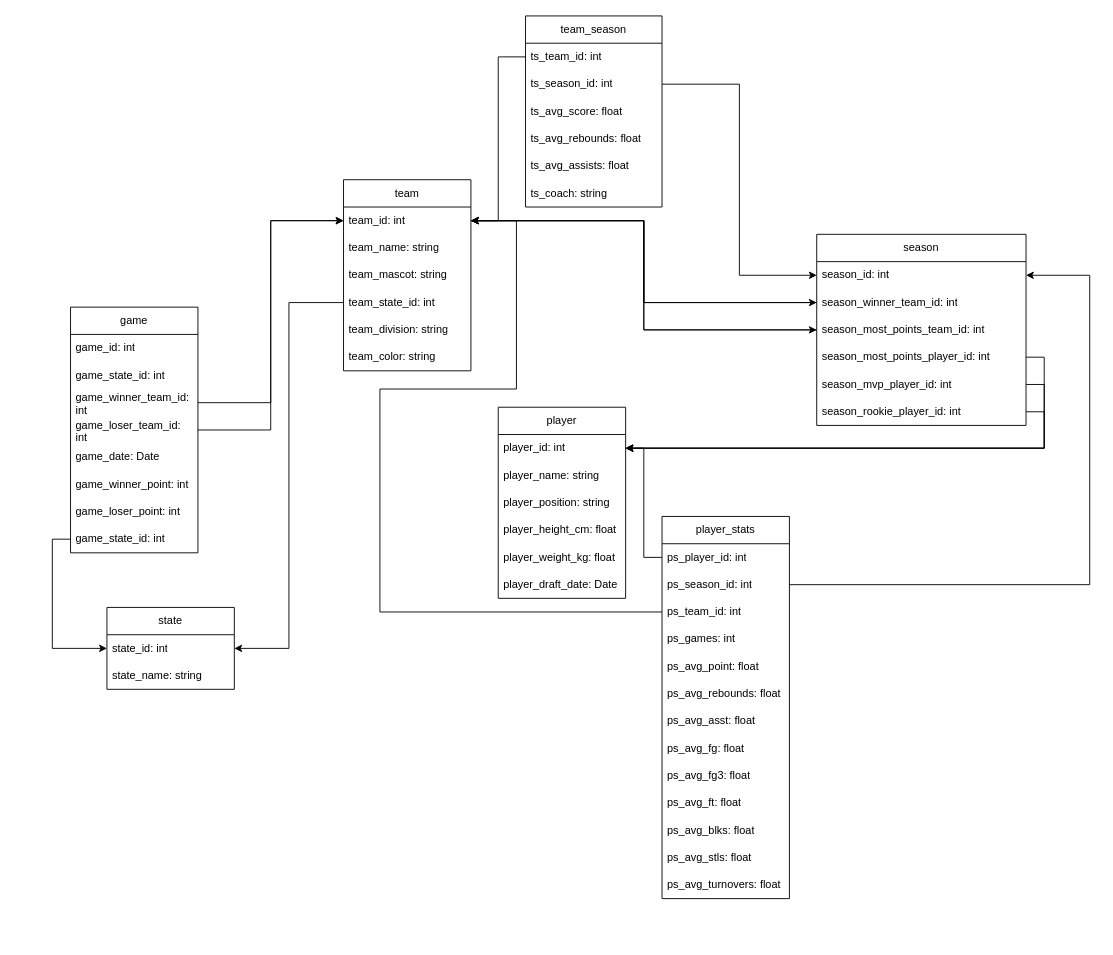
Before: er_diagram.drawio in Fin-NewWin/cse111-project, a draw.io diagram. Source tidied: cells renumbered, new cells numbered last; positions are measured from the earlier drawing's top-left corner, leaving out a move shared by most shapes. Both pictures are drawn from the tidied source at 91%, with x=0, y=0 at pixel (70, 15).
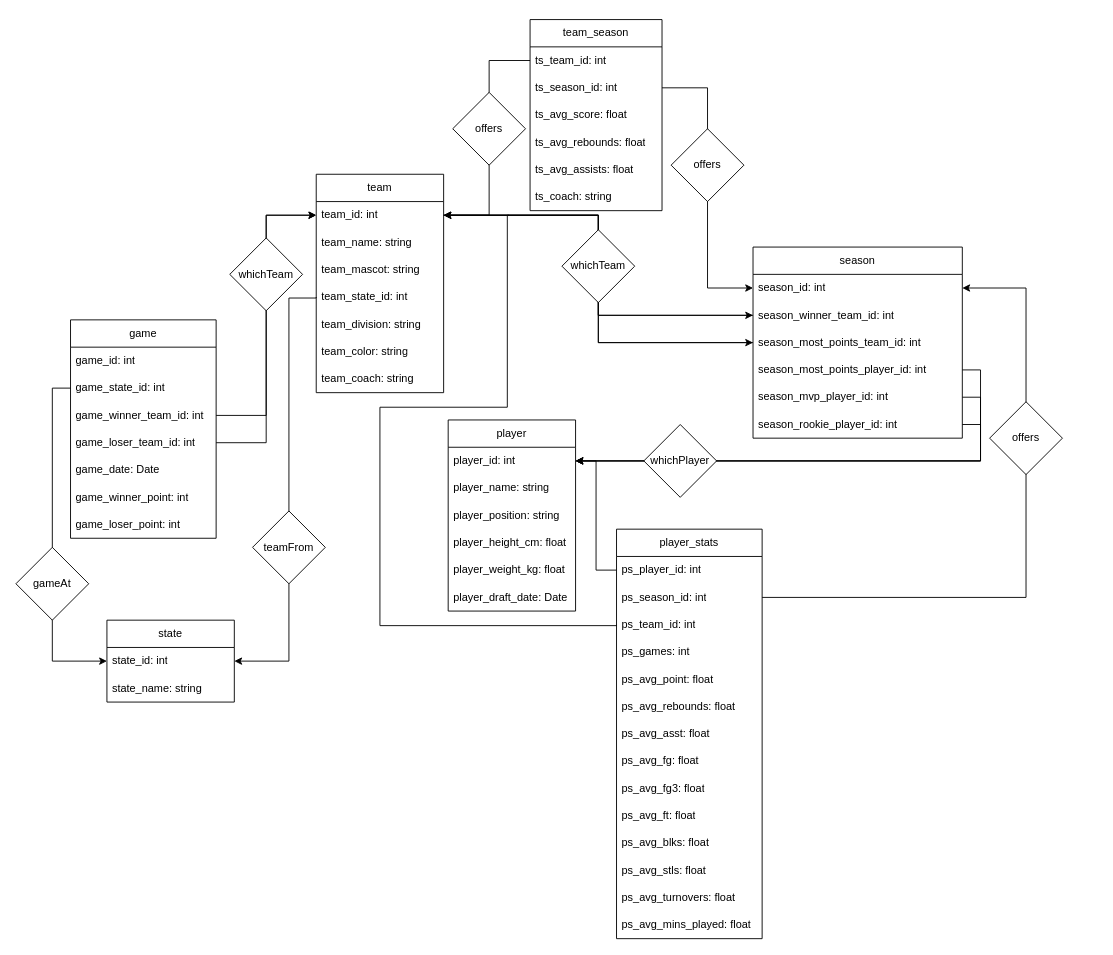
The same diagram, later.

The change refers to these unchanged cells:
```xml
<mxCell id="3" value="team_id: int" style="text;strokeColor=none;fillColor=none;align=left;verticalAlign=middle;spacingLeft=4;spacingRight=4;overflow=hidden;points=[[0,0.5],[1,0.5]];portConstraint=eastwest;whiteSpace=wrap;html=1;" parent="2" vertex="1">
  <mxGeometry y="30" width="140" height="30" as="geometry" />
</mxCell>
<mxCell id="6" value="team_state_id: int" style="text;strokeColor=none;fillColor=none;align=left;verticalAlign=middle;spacingLeft=4;spacingRight=4;overflow=hidden;points=[[0,0.5],[1,0.5]];portConstraint=eastwest;whiteSpace=wrap;html=1;" parent="2" vertex="1">
  <mxGeometry y="120" width="140" height="30" as="geometry" />
</mxCell>
<mxCell id="42" value="season_id: int" style="text;strokeColor=none;fillColor=none;align=left;verticalAlign=middle;spacingLeft=4;spacingRight=4;overflow=hidden;points=[[0,0.5],[1,0.5]];portConstraint=eastwest;whiteSpace=wrap;html=1;" parent="41" vertex="1">
  <mxGeometry y="30" width="230" height="30" as="geometry" />
</mxCell>
<mxCell id="50" value="state_id: int" style="text;strokeColor=none;fillColor=none;align=left;verticalAlign=middle;spacingLeft=4;spacingRight=4;overflow=hidden;points=[[0,0.5],[1,0.5]];portConstraint=eastwest;whiteSpace=wrap;html=1;" parent="49" vertex="1">
  <mxGeometry y="30" width="140" height="30" as="geometry" />
</mxCell>
```

Diff of the diagram source:
```diff
@@
     <mxCell id="2" value="team" style="swimlane;fontStyle=0;horizontal=1;startSize=30;whiteSpace=wrap;html=1;" parent="1" vertex="1">
-      <mxGeometry x="300" y="180" width="140" height="210" as="geometry" />
+      <mxGeometry x="270" y="174" width="140" height="240" as="geometry" />
     </mxCell>
@@
+    <mxCell id="72" value="team_coach: string" style="text;strokeColor=none;fillColor=none;align=left;verticalAlign=middle;spacingLeft=4;spacingRight=4;overflow=hidden;whiteSpace=wrap;html=1;" parent="2" vertex="1">
+      <mxGeometry y="210" width="140" height="30" as="geometry" />
+    </mxCell>
     <mxCell id="9" value="player" style="swimlane;fontStyle=0;horizontal=1;startSize=30;whiteSpace=wrap;html=1;" parent="1" vertex="1">
-      <mxGeometry x="470" y="430" width="140" height="210" as="geometry" />
+      <mxGeometry x="415" y="444" width="140" height="210" as="geometry" />
     </mxCell>
@@
     <mxCell id="16" value="game" style="swimlane;fontStyle=0;horizontal=1;startSize=30;whiteSpace=wrap;html=1;" parent="1" vertex="1">
-      <mxGeometry y="320" width="140" height="270" as="geometry" />
+      <mxGeometry y="334" width="160" height="240" as="geometry" />
     </mxCell>
     <mxCell id="17" value="game_id: int" style="text;strokeColor=none;fillColor=none;align=left;verticalAlign=middle;spacingLeft=4;spacingRight=4;overflow=hidden;whiteSpace=wrap;html=1;" parent="16" vertex="1">
-      <mxGeometry y="30" width="140" height="30" as="geometry" />
+      <mxGeometry y="30" width="160" height="30" as="geometry" />
     </mxCell>
     <mxCell id="18" value="game_state_id: int" style="text;strokeColor=none;fillColor=none;align=left;verticalAlign=middle;spacingLeft=4;spacingRight=4;overflow=hidden;points=[[0,0.5],[1,0.5]];portConstraint=eastwest;whiteSpace=wrap;html=1;" parent="16" vertex="1">
-      <mxGeometry y="60" width="140" height="30" as="geometry" />
+      <mxGeometry y="60" width="160" height="30" as="geometry" />
     </mxCell>
     <mxCell id="19" value="game_winner_team_id: int" style="text;strokeColor=none;fillColor=none;align=left;verticalAlign=middle;spacingLeft=4;spacingRight=4;overflow=hidden;points=[[0,0.5],[1,0.5]];portConstraint=eastwest;whiteSpace=wrap;html=1;" parent="16" vertex="1">
-      <mxGeometry y="90" width="140" height="30" as="geometry" />
+      <mxGeometry y="90" width="160" height="30" as="geometry" />
     </mxCell>
     <mxCell id="20" value="game_loser_team_id: int" style="text;strokeColor=none;fillColor=none;align=left;verticalAlign=middle;spacingLeft=4;spacingRight=4;overflow=hidden;points=[[0,0.5],[1,0.5]];portConstraint=eastwest;whiteSpace=wrap;html=1;" parent="16" vertex="1">
-      <mxGeometry y="120" width="140" height="30" as="geometry" />
+      <mxGeometry y="120" width="160" height="30" as="geometry" />
     </mxCell>
     <mxCell id="21" value="game_date: Date" style="text;strokeColor=none;fillColor=none;align=left;verticalAlign=middle;spacingLeft=4;spacingRight=4;overflow=hidden;whiteSpace=wrap;html=1;" parent="16" vertex="1">
-      <mxGeometry y="150" width="140" height="30" as="geometry" />
+      <mxGeometry y="150" width="160" height="30" as="geometry" />
     </mxCell>
     <mxCell id="22" value="game_winner_point: int" style="text;strokeColor=none;fillColor=none;align=left;verticalAlign=middle;spacingLeft=4;spacingRight=4;overflow=hidden;whiteSpace=wrap;html=1;" parent="16" vertex="1">
-      <mxGeometry y="180" width="140" height="30" as="geometry" />
+      <mxGeometry y="180" width="160" height="30" as="geometry" />
     </mxCell>
     <mxCell id="23" value="game_loser_point: int" style="text;strokeColor=none;fillColor=none;align=left;verticalAlign=middle;spacingLeft=4;spacingRight=4;overflow=hidden;whiteSpace=wrap;html=1;" parent="16" vertex="1">
-      <mxGeometry y="210" width="140" height="30" as="geometry" />
+      <mxGeometry y="210" width="160" height="30" as="geometry" />
     </mxCell>
-    <mxCell id="24" value="game_state_id: int" style="text;strokeColor=none;fillColor=none;align=left;verticalAlign=middle;spacingLeft=4;spacingRight=4;overflow=hidden;points=[[0,0.5],[1,0.5]];portConstraint=eastwest;whiteSpace=wrap;html=1;" parent="16" vertex="1">
-      <mxGeometry y="240" width="140" height="30" as="geometry" />
-    </mxCell>
@@
     <mxCell id="27" value="player_stats" style="swimlane;fontStyle=0;horizontal=1;startSize=30;whiteSpace=wrap;html=1;" parent="1" vertex="1">
-      <mxGeometry x="650" y="550" width="140" height="420" as="geometry" />
+      <mxGeometry x="600" y="564" width="160" height="450" as="geometry" />
     </mxCell>
     <mxCell id="28" value="ps_player_id: int" style="text;strokeColor=none;fillColor=none;align=left;verticalAlign=middle;spacingLeft=4;spacingRight=4;overflow=hidden;points=[[0,0.5],[1,0.5]];portConstraint=eastwest;whiteSpace=wrap;html=1;" parent="27" vertex="1">
-      <mxGeometry y="30" width="140" height="30" as="geometry" />
+      <mxGeometry y="30" width="160" height="30" as="geometry" />
     </mxCell>
     <mxCell id="29" value="ps_season_id: int" style="text;strokeColor=none;fillColor=none;align=left;verticalAlign=middle;spacingLeft=4;spacingRight=4;overflow=hidden;points=[[0,0.5],[1,0.5]];portConstraint=eastwest;whiteSpace=wrap;html=1;" parent="27" vertex="1">
-      <mxGeometry y="60" width="140" height="30" as="geometry" />
+      <mxGeometry y="60" width="160" height="30" as="geometry" />
     </mxCell>
     <mxCell id="30" value="ps_team_id: int" style="text;strokeColor=none;fillColor=none;align=left;verticalAlign=middle;spacingLeft=4;spacingRight=4;overflow=hidden;points=[[0,0.5],[1,0.5]];portConstraint=eastwest;whiteSpace=wrap;html=1;" parent="27" vertex="1">
-      <mxGeometry y="90" width="140" height="30" as="geometry" />
+      <mxGeometry y="90" width="160" height="30" as="geometry" />
     </mxCell>
     <mxCell id="31" value="ps_games: int" style="text;strokeColor=none;fillColor=none;align=left;verticalAlign=middle;spacingLeft=4;spacingRight=4;overflow=hidden;whiteSpace=wrap;html=1;" parent="27" vertex="1">
-      <mxGeometry y="120" width="140" height="30" as="geometry" />
+      <mxGeometry y="120" width="160" height="30" as="geometry" />
     </mxCell>
     <mxCell id="32" value="ps_avg_point: float" style="text;strokeColor=none;fillColor=none;align=left;verticalAlign=middle;spacingLeft=4;spacingRight=4;overflow=hidden;whiteSpace=wrap;html=1;" parent="27" vertex="1">
-      <mxGeometry y="150" width="140" height="30" as="geometry" />
+      <mxGeometry y="150" width="160" height="30" as="geometry" />
     </mxCell>
     <mxCell id="33" value="ps_avg_rebounds: float" style="text;strokeColor=none;fillColor=none;align=left;verticalAlign=middle;spacingLeft=4;spacingRight=4;overflow=hidden;whiteSpace=wrap;html=1;" parent="27" vertex="1">
-      <mxGeometry y="180" width="140" height="30" as="geometry" />
+      <mxGeometry y="180" width="160" height="30" as="geometry" />
     </mxCell>
     <mxCell id="34" value="ps_avg_asst: float" style="text;strokeColor=none;fillColor=none;align=left;verticalAlign=middle;spacingLeft=4;spacingRight=4;overflow=hidden;whiteSpace=wrap;html=1;" parent="27" vertex="1">
-      <mxGeometry y="210" width="140" height="30" as="geometry" />
+      <mxGeometry y="210" width="160" height="30" as="geometry" />
     </mxCell>
     <mxCell id="35" value="ps_avg_fg: float" style="text;strokeColor=none;fillColor=none;align=left;verticalAlign=middle;spacingLeft=4;spacingRight=4;overflow=hidden;whiteSpace=wrap;html=1;" parent="27" vertex="1">
-      <mxGeometry y="240" width="140" height="30" as="geometry" />
+      <mxGeometry y="240" width="160" height="30" as="geometry" />
     </mxCell>
     <mxCell id="36" value="ps_avg_fg3: float" style="text;strokeColor=none;fillColor=none;align=left;verticalAlign=middle;spacingLeft=4;spacingRight=4;overflow=hidden;whiteSpace=wrap;html=1;" parent="27" vertex="1">
-      <mxGeometry y="270" width="140" height="30" as="geometry" />
+      <mxGeometry y="270" width="160" height="30" as="geometry" />
     </mxCell>
     <mxCell id="37" value="ps_avg_ft: float" style="text;strokeColor=none;fillColor=none;align=left;verticalAlign=middle;spacingLeft=4;spacingRight=4;overflow=hidden;whiteSpace=wrap;html=1;strokeWidth=0;" parent="27" vertex="1">
-      <mxGeometry y="300" width="140" height="30" as="geometry" />
+      <mxGeometry y="300" width="160" height="30" as="geometry" />
     </mxCell>
     <mxCell id="38" value="ps_avg_blks: float" style="text;strokeColor=none;fillColor=none;align=left;verticalAlign=middle;spacingLeft=4;spacingRight=4;overflow=hidden;whiteSpace=wrap;html=1;strokeWidth=0;" parent="27" vertex="1">
-      <mxGeometry y="330" width="140" height="30" as="geometry" />
+      <mxGeometry y="330" width="160" height="30" as="geometry" />
     </mxCell>
     <mxCell id="39" value="ps_avg_stls: float" style="text;strokeColor=none;fillColor=none;align=left;verticalAlign=middle;spacingLeft=4;spacingRight=4;overflow=hidden;whiteSpace=wrap;html=1;strokeWidth=0;" parent="27" vertex="1">
-      <mxGeometry y="360" width="140" height="30" as="geometry" />
+      <mxGeometry y="360" width="160" height="30" as="geometry" />
     </mxCell>
     <mxCell id="40" value="ps_avg_turnovers: float" style="text;strokeColor=none;fillColor=none;align=left;verticalAlign=middle;spacingLeft=4;spacingRight=4;overflow=hidden;whiteSpace=wrap;html=1;strokeWidth=0;" parent="27" vertex="1">
-      <mxGeometry y="390" width="140" height="30" as="geometry" />
+      <mxGeometry y="390" width="160" height="30" as="geometry" />
     </mxCell>
+    <mxCell id="73" value="ps_avg_mins_played: float" style="text;strokeColor=none;fillColor=none;align=left;verticalAlign=middle;spacingLeft=4;spacingRight=4;overflow=hidden;whiteSpace=wrap;html=1;strokeWidth=0;" parent="27" vertex="1">
+      <mxGeometry y="420" width="160" height="30" as="geometry" />
+    </mxCell>
     <mxCell id="41" value="season" style="swimlane;fontStyle=0;horizontal=1;startSize=30;whiteSpace=wrap;html=1;" parent="1" vertex="1">
-      <mxGeometry x="820" y="240" width="230" height="210" as="geometry" />
+      <mxGeometry x="750" y="254" width="230" height="210" as="geometry" />
     </mxCell>
@@
     <mxCell id="49" value="state" style="swimlane;fontStyle=0;horizontal=1;startSize=30;whiteSpace=wrap;html=1;" parent="1" vertex="1">
-      <mxGeometry x="40" y="650" width="140" height="90" as="geometry" />
+      <mxGeometry x="40" y="664" width="140" height="90" as="geometry" />
     </mxCell>
@@
-    <mxCell id="52" style="edgeStyle=orthogonalEdgeStyle;rounded=0;jettySize=auto;html=1;exitX=0;exitY=0.5;exitDx=0;exitDy=0;entryX=0;entryY=0.5;entryDx=0;entryDy=0;" parent="1" edge="1" source="24" target="50">
-      <mxGeometry relative="1" as="geometry" />
-    </mxCell>
     <mxCell id="53" style="edgeStyle=orthogonalEdgeStyle;rounded=0;jettySize=auto;html=1;exitX=0;exitY=0.5;exitDx=0;exitDy=0;entryX=1;entryY=0.5;entryDx=0;entryDy=0;" parent="1" edge="1" source="6" target="50">
-      <mxGeometry relative="1" as="geometry" />
+      <mxGeometry relative="1" as="geometry">
+        <Array as="points">
+          <mxPoint x="270" y="310" />
+          <mxPoint x="240" y="310" />
+          <mxPoint x="240" y="709" />
+        </Array>
+      </mxGeometry>
     </mxCell>
@@
-    <mxCell id="57" style="edgeStyle=orthogonalEdgeStyle;rounded=0;jettySize=auto;html=1;exitX=0;exitY=0.5;exitDx=0;exitDy=0;entryX=1;entryY=0.5;entryDx=0;entryDy=0;" parent="1" edge="1" source="30" target="3">
-      <mxGeometry relative="1" as="geometry">
-        <Array as="points">
-          <mxPoint x="340" y="655" />
-          <mxPoint x="340" y="410" />
-          <mxPoint x="490" y="410" />
-          <mxPoint x="490" y="225" />
-        </Array>
-      </mxGeometry>
-    </mxCell>
@@
     <mxCell id="62" value="team_season" style="swimlane;fontStyle=0;horizontal=1;startSize=30;whiteSpace=wrap;html=1;" parent="1" vertex="1">
-      <mxGeometry x="500" width="150" height="210" as="geometry" />
+      <mxGeometry x="505" y="4" width="145" height="210" as="geometry" />
     </mxCell>
     <mxCell id="63" value="ts_team_id: int" style="text;strokeColor=none;fillColor=none;align=left;verticalAlign=middle;spacingLeft=4;spacingRight=4;overflow=hidden;points=[[0,0.5],[1,0.5]];portConstraint=eastwest;whiteSpace=wrap;html=1;" parent="62" vertex="1">
-      <mxGeometry y="30" width="150" height="30" as="geometry" />
+      <mxGeometry y="30" width="145" height="30" as="geometry" />
     </mxCell>
     <mxCell id="64" value="ts_season_id: int" style="text;strokeColor=none;fillColor=none;align=left;verticalAlign=middle;spacingLeft=4;spacingRight=4;overflow=hidden;points=[[0,0.5],[1,0.5]];portConstraint=eastwest;whiteSpace=wrap;html=1;" parent="62" vertex="1">
-      <mxGeometry y="60" width="150" height="30" as="geometry" />
+      <mxGeometry y="60" width="145" height="30" as="geometry" />
     </mxCell>
     <mxCell id="65" value="ts_avg_score: float" style="text;strokeColor=none;fillColor=none;align=left;verticalAlign=middle;spacingLeft=4;spacingRight=4;overflow=hidden;whiteSpace=wrap;html=1;" parent="62" vertex="1">
-      <mxGeometry y="90" width="150" height="30" as="geometry" />
+      <mxGeometry y="90" width="145" height="30" as="geometry" />
     </mxCell>
     <mxCell id="66" value="ts_avg_rebounds: float" style="text;strokeColor=none;fillColor=none;align=left;verticalAlign=middle;spacingLeft=4;spacingRight=4;overflow=hidden;whiteSpace=wrap;html=1;" parent="62" vertex="1">
-      <mxGeometry y="120" width="150" height="30" as="geometry" />
+      <mxGeometry y="120" width="145" height="30" as="geometry" />
     </mxCell>
     <mxCell id="67" value="ts_avg_assists: float" style="text;strokeColor=none;fillColor=none;align=left;verticalAlign=middle;spacingLeft=4;spacingRight=4;overflow=hidden;whiteSpace=wrap;html=1;" parent="62" vertex="1">
-      <mxGeometry y="150" width="150" height="30" as="geometry" />
+      <mxGeometry y="150" width="145" height="30" as="geometry" />
     </mxCell>
     <mxCell id="68" value="ts_coach: string" style="text;strokeColor=none;fillColor=none;align=left;verticalAlign=middle;spacingLeft=4;spacingRight=4;overflow=hidden;whiteSpace=wrap;html=1;" parent="62" vertex="1">
-      <mxGeometry y="180" width="150" height="30" as="geometry" />
+      <mxGeometry y="180" width="145" height="30" as="geometry" />
     </mxCell>
     <mxCell id="69" style="edgeStyle=orthogonalEdgeStyle;rounded=0;jettySize=auto;html=1;exitX=0;exitY=0.5;exitDx=0;exitDy=0;entryX=1;entryY=0.5;entryDx=0;entryDy=0;" parent="1" edge="1" source="63" target="3">
-      <mxGeometry relative="1" as="geometry" />
+      <mxGeometry relative="1" as="geometry">
+        <Array as="points">
+          <mxPoint x="460" y="49" />
+          <mxPoint x="460" y="219" />
+        </Array>
+      </mxGeometry>
     </mxCell>
@@
+    <mxCell id="74" style="edgeStyle=orthogonalEdgeStyle;rounded=0;jettySize=auto;html=1;exitX=0;exitY=0.5;exitDx=0;exitDy=0;entryX=0;entryY=0.5;entryDx=0;entryDy=0;" parent="1" edge="1" source="18" target="50">
+      <mxGeometry relative="1" as="geometry" />
+    </mxCell>
+    <mxCell id="75" value="gameAt" style="rhombus;whiteSpace=wrap;html=1;" parent="1" vertex="1">
+      <mxGeometry x="-60" y="584" width="80" height="80" as="geometry" />
+    </mxCell>
+    <mxCell id="76" value="teamFrom" style="rhombus;whiteSpace=wrap;html=1;" parent="1" vertex="1">
+      <mxGeometry x="200" y="544" width="80" height="80" as="geometry" />
+    </mxCell>
+    <mxCell id="77" style="edgeStyle=orthogonalEdgeStyle;rounded=0;jettySize=auto;html=1;exitX=0;exitY=0.5;exitDx=0;exitDy=0;strokeColor=default;endArrow=none;endFill=0;strokeWidth=1;endSize=6;" parent="1" edge="1" source="30">
+      <mxGeometry relative="1" as="geometry">
+        <mxPoint x="482" y="219" as="targetPoint" />
+        <Array as="points">
+          <mxPoint x="600" y="670" />
+          <mxPoint x="340" y="670" />
+          <mxPoint x="340" y="430" />
+          <mxPoint x="480" y="430" />
+          <mxPoint x="480" y="219" />
+        </Array>
+      </mxGeometry>
+    </mxCell>
     <mxCell id="71" style="edgeStyle=orthogonalEdgeStyle;rounded=0;jettySize=auto;html=1;exitX=1;exitY=0.5;exitDx=0;exitDy=0;entryX=1;entryY=0.5;entryDx=0;entryDy=0;" parent="1" edge="1" source="29" target="42">
       <mxGeometry relative="1" as="geometry">
         <Array as="points">
-          <mxPoint x="1120" y="625" />
-          <mxPoint x="1120" y="285" />
+          <mxPoint x="1050" y="639" />
+          <mxPoint x="1050" y="299" />
         </Array>
       </mxGeometry>
     </mxCell>
+    <mxCell id="78" value="offers" style="rhombus;whiteSpace=wrap;html=1;" parent="1" vertex="1">
+      <mxGeometry x="1010" y="424" width="80" height="80" as="geometry" />
+    </mxCell>
+    <mxCell id="79" value="whichPlayer" style="rhombus;whiteSpace=wrap;html=1;" parent="1" vertex="1">
+      <mxGeometry x="630" y="449" width="80" height="80" as="geometry" />
+    </mxCell>
+    <mxCell id="80" value="offers" style="rhombus;whiteSpace=wrap;html=1;" parent="1" vertex="1">
+      <mxGeometry x="660" y="124" width="80" height="80" as="geometry" />
+    </mxCell>
+    <mxCell id="81" value="whichTeam" style="rhombus;whiteSpace=wrap;html=1;" parent="1" vertex="1">
+      <mxGeometry x="540" y="235" width="80" height="80" as="geometry" />
+    </mxCell>
+    <mxCell id="82" value="whichTeam" style="rhombus;whiteSpace=wrap;html=1;" parent="1" vertex="1">
+      <mxGeometry x="175" y="244" width="80" height="80" as="geometry" />
+    </mxCell>
+    <mxCell id="83" value="offers" style="rhombus;whiteSpace=wrap;html=1;" parent="1" vertex="1">
+      <mxGeometry x="420" y="84" width="80" height="80" as="geometry" />
+    </mxCell>
```
